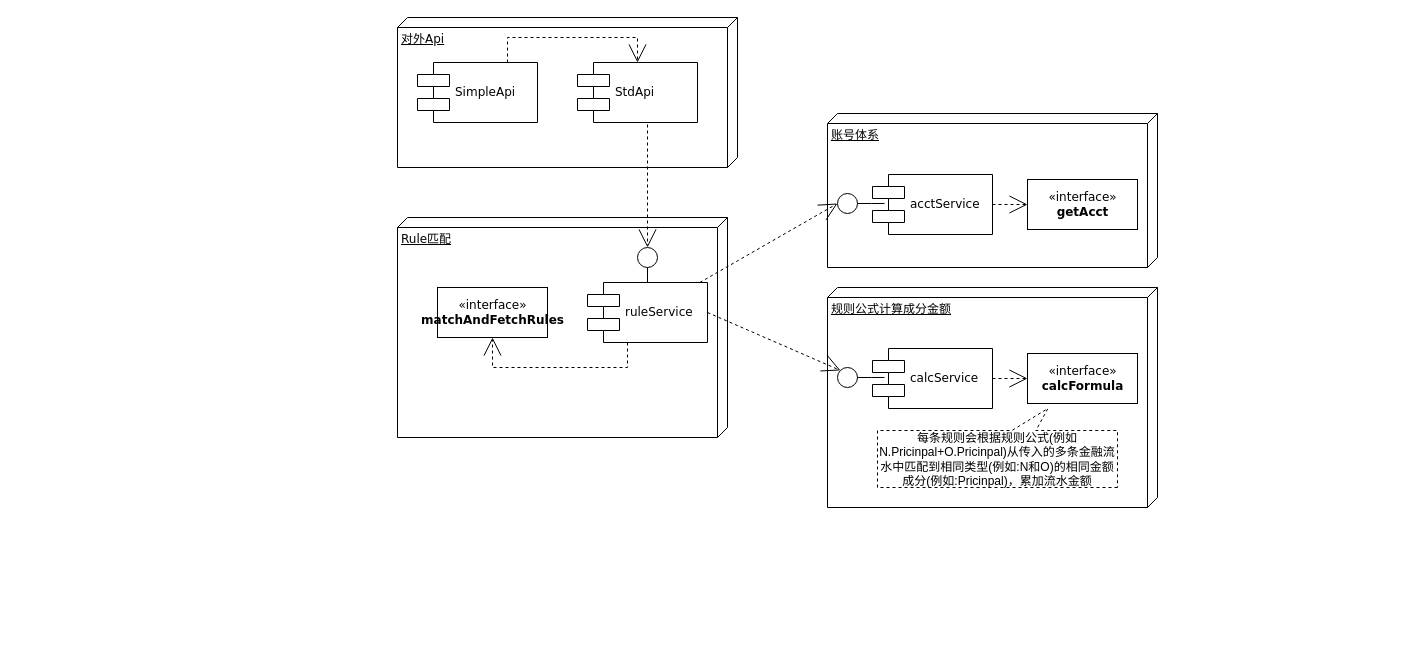
Before: 清算引擎工程结构图.drawio in staconfree/design, a draw.io diagram. Source tidied: cells renumbered, new cells numbered last; positions are measured from the earlier drawing's top-left corner, leaving out a move shared by most shapes. Both pictures are drawn from the tidied source at 100%, with x=0, y=0 at pixel (397, 17).
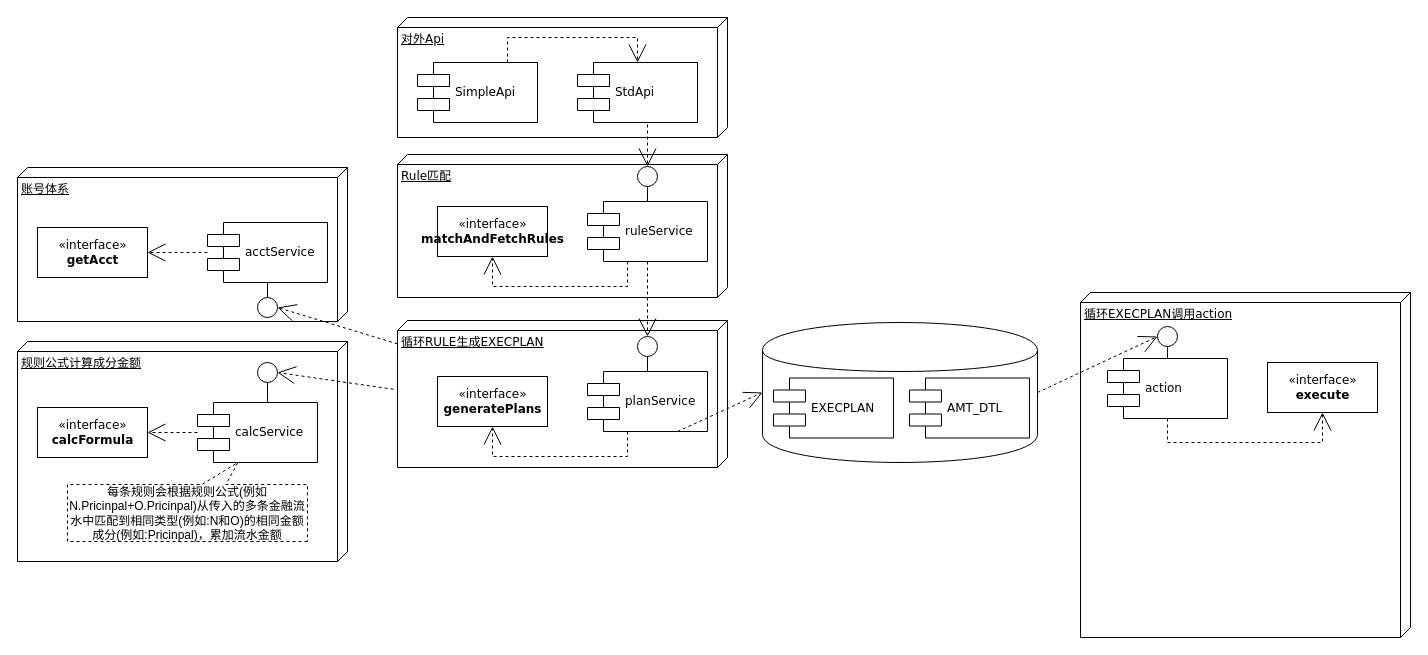
The same diagram, later.

Commit message (it also covers changes not shown here):
更新清算引擎工程结构图.drawio

Change to the diagram source:
```diff
@@
     <mxCell id="2" value="&lt;div&gt;Rule匹配&lt;/div&gt;" style="verticalAlign=top;align=left;spacingTop=8;spacingLeft=2;spacingRight=12;shape=cube;size=10;direction=south;fontStyle=4;html=1;rounded=0;shadow=0;comic=0;labelBackgroundColor=none;strokeColor=#000000;strokeWidth=1;fillColor=#ffffff;fontFamily=Verdana;fontSize=12;fontColor=#000000;" parent="1" vertex="1">
-      <mxGeometry y="200" width="330" height="220" as="geometry" />
+      <mxGeometry y="137" width="330" height="143" as="geometry" />
     </mxCell>
     <mxCell id="3" value="账号体系" style="verticalAlign=top;align=left;spacingTop=8;spacingLeft=2;spacingRight=12;shape=cube;size=10;direction=south;fontStyle=4;html=1;rounded=0;shadow=0;comic=0;labelBackgroundColor=none;strokeColor=#000000;strokeWidth=1;fillColor=#ffffff;fontFamily=Verdana;fontSize=12;fontColor=#000000;" parent="1" vertex="1">
-      <mxGeometry x="430" y="96" width="330" height="154" as="geometry" />
+      <mxGeometry x="-380" y="150" width="330" height="154" as="geometry" />
     </mxCell>
     <mxCell id="4" value="对外Api" style="verticalAlign=top;align=left;spacingTop=8;spacingLeft=2;spacingRight=12;shape=cube;size=10;direction=south;fontStyle=4;html=1;rounded=0;shadow=0;comic=0;labelBackgroundColor=none;strokeColor=#000000;strokeWidth=1;fillColor=#ffffff;fontFamily=Verdana;fontSize=12;fontColor=#000000;" parent="1" vertex="1">
-      <mxGeometry width="340" height="150" as="geometry" />
+      <mxGeometry width="330" height="120" as="geometry" />
     </mxCell>
     <mxCell id="5" value="«interface»&lt;br&gt;&lt;b&gt;matchAndFetchRules&lt;/b&gt;" style="html=1;rounded=0;shadow=0;comic=0;labelBackgroundColor=none;strokeColor=#000000;strokeWidth=1;fillColor=#ffffff;fontFamily=Verdana;fontSize=12;fontColor=#000000;align=center;" parent="1" vertex="1">
-      <mxGeometry x="40" y="270" width="110" height="50" as="geometry" />
+      <mxGeometry x="40" y="189" width="110" height="50" as="geometry" />
     </mxCell>
     <mxCell id="6" value="ruleService" style="shape=component;align=left;spacingLeft=36;rounded=0;shadow=0;comic=0;labelBackgroundColor=none;strokeColor=#000000;strokeWidth=1;fillColor=#ffffff;fontFamily=Verdana;fontSize=12;fontColor=#000000;html=1;" parent="1" vertex="1">
-      <mxGeometry x="190" y="265" width="120" height="60" as="geometry" />
+      <mxGeometry x="190" y="184" width="120" height="60" as="geometry" />
     </mxCell>
     <mxCell id="7" style="ellipse;whiteSpace=wrap;html=1;rounded=0;shadow=0;comic=0;labelBackgroundColor=none;strokeColor=#000000;strokeWidth=1;fillColor=#ffffff;fontFamily=Verdana;fontSize=12;fontColor=#000000;align=center;" parent="1" vertex="1">
-      <mxGeometry x="240" y="230" width="20" height="20" as="geometry" />
+      <mxGeometry x="240" y="149" width="20" height="20" as="geometry" />
     </mxCell>
     <mxCell id="8" value="acctService" style="shape=component;align=left;spacingLeft=36;rounded=0;shadow=0;comic=0;labelBackgroundColor=none;strokeColor=#000000;strokeWidth=1;fillColor=#ffffff;fontFamily=Verdana;fontSize=12;fontColor=#000000;html=1;" parent="1" vertex="1">
-      <mxGeometry x="475" y="157" width="120" height="60" as="geometry" />
+      <mxGeometry x="-190" y="205" width="120" height="60" as="geometry" />
     </mxCell>
     <mxCell id="9" value="«interface»&lt;br&gt;&lt;b&gt;getAcct&lt;/b&gt;" style="html=1;rounded=0;shadow=0;comic=0;labelBackgroundColor=none;strokeColor=#000000;strokeWidth=1;fillColor=#ffffff;fontFamily=Verdana;fontSize=12;fontColor=#000000;align=center;" parent="1" vertex="1">
-      <mxGeometry x="630" y="162" width="110" height="50" as="geometry" />
+      <mxGeometry x="-360" y="210" width="110" height="50" as="geometry" />
     </mxCell>
     <mxCell id="10" style="ellipse;whiteSpace=wrap;html=1;rounded=0;shadow=0;comic=0;labelBackgroundColor=none;strokeColor=#000000;strokeWidth=1;fillColor=#ffffff;fontFamily=Verdana;fontSize=12;fontColor=#000000;align=center;" parent="1" vertex="1">
-      <mxGeometry x="440" y="176" width="20" height="20" as="geometry" />
+      <mxGeometry x="-140" y="280" width="20" height="20" as="geometry" />
     </mxCell>
@@
-    <mxCell id="13" style="edgeStyle=elbowEdgeStyle;rounded=0;html=1;labelBackgroundColor=none;startArrow=none;startFill=0;startSize=8;endArrow=none;endFill=0;endSize=16;fontFamily=Verdana;fontSize=12;entryX=0.1;entryY=0.483;entryDx=0;entryDy=0;entryPerimeter=0;" parent="1" edge="1" source="10" target="8">
+    <mxCell id="13" style="edgeStyle=elbowEdgeStyle;rounded=0;html=1;labelBackgroundColor=none;startArrow=none;startFill=0;startSize=8;endArrow=none;endFill=0;endSize=16;fontFamily=Verdana;fontSize=12;entryX=0.5;entryY=1;entryDx=0;entryDy=0;" parent="1" edge="1" source="10" target="8">
       <mxGeometry relative="1" as="geometry" />
     </mxCell>
@@
     <mxCell id="15" style="edgeStyle=orthogonalEdgeStyle;rounded=0;html=1;labelBackgroundColor=none;startArrow=none;startFill=0;startSize=8;endArrow=open;endFill=0;endSize=16;fontFamily=Verdana;fontSize=12;dashed=1;" parent="1" edge="1" source="6" target="5">
       <mxGeometry relative="1" as="geometry">
         <Array as="points">
-          <mxPoint x="230" y="350" />
-          <mxPoint x="95" y="350" />
+          <mxPoint x="230" y="269" />
+          <mxPoint x="95" y="269" />
         </Array>
       </mxGeometry>
     </mxCell>
@@
-    <mxCell id="19" style="edgeStyle=none;rounded=0;html=1;dashed=1;labelBackgroundColor=none;startArrow=none;startFill=0;startSize=8;endArrow=open;endFill=0;endSize=16;fontFamily=Verdana;fontSize=12;entryX=0;entryY=0.5;entryDx=0;entryDy=0;" parent="1" edge="1" source="6" target="10">
-      <mxGeometry relative="1" as="geometry" />
-    </mxCell>
     <mxCell id="20" value="规则公式计算成分金额" style="verticalAlign=top;align=left;spacingTop=8;spacingLeft=2;spacingRight=12;shape=cube;size=10;direction=south;fontStyle=4;html=1;rounded=0;shadow=0;comic=0;labelBackgroundColor=none;strokeColor=#000000;strokeWidth=1;fillColor=#ffffff;fontFamily=Verdana;fontSize=12;fontColor=#000000;" parent="1" vertex="1">
-      <mxGeometry x="430" y="270" width="330" height="220" as="geometry" />
+      <mxGeometry x="-380" y="324" width="330" height="220" as="geometry" />
     </mxCell>
     <mxCell id="21" value="calcService" style="shape=component;align=left;spacingLeft=36;rounded=0;shadow=0;comic=0;labelBackgroundColor=none;strokeColor=#000000;strokeWidth=1;fillColor=#ffffff;fontFamily=Verdana;fontSize=12;fontColor=#000000;html=1;" parent="1" vertex="1">
-      <mxGeometry x="475" y="331" width="120" height="60" as="geometry" />
+      <mxGeometry x="-200" y="385" width="120" height="60" as="geometry" />
     </mxCell>
     <mxCell id="22" value="«interface»&lt;br&gt;&lt;b&gt;calcFormula&lt;/b&gt;" style="html=1;rounded=0;shadow=0;comic=0;labelBackgroundColor=none;strokeColor=#000000;strokeWidth=1;fillColor=#ffffff;fontFamily=Verdana;fontSize=12;fontColor=#000000;align=center;" parent="1" vertex="1">
-      <mxGeometry x="630" y="336" width="110" height="50" as="geometry" />
+      <mxGeometry x="-360" y="390" width="110" height="50" as="geometry" />
     </mxCell>
     <mxCell id="23" style="ellipse;whiteSpace=wrap;html=1;rounded=0;shadow=0;comic=0;labelBackgroundColor=none;strokeColor=#000000;strokeWidth=1;fillColor=#ffffff;fontFamily=Verdana;fontSize=12;fontColor=#000000;align=center;" parent="1" vertex="1">
-      <mxGeometry x="440" y="350" width="20" height="20" as="geometry" />
+      <mxGeometry x="-140" y="345" width="20" height="20" as="geometry" />
     </mxCell>
-    <mxCell id="24" style="edgeStyle=elbowEdgeStyle;rounded=0;html=1;labelBackgroundColor=none;startArrow=none;startFill=0;startSize=8;endArrow=none;endFill=0;endSize=16;fontFamily=Verdana;fontSize=12;entryX=0.1;entryY=0.483;entryDx=0;entryDy=0;entryPerimeter=0;" parent="1" edge="1" source="23" target="21">
+    <mxCell id="24" style="edgeStyle=elbowEdgeStyle;rounded=0;html=1;labelBackgroundColor=none;startArrow=none;startFill=0;startSize=8;endArrow=none;endFill=0;endSize=16;fontFamily=Verdana;fontSize=12;" parent="1" edge="1" source="23" target="21">
       <mxGeometry relative="1" as="geometry" />
     </mxCell>
@@
-    <mxCell id="26" style="edgeStyle=none;rounded=0;html=1;dashed=1;labelBackgroundColor=none;startArrow=none;startFill=0;startSize=8;endArrow=open;endFill=0;endSize=16;fontFamily=Verdana;fontSize=12;entryX=0;entryY=0;entryDx=0;entryDy=0;exitX=1;exitY=0.5;exitDx=0;exitDy=0;" parent="1" edge="1" source="6" target="23">
-      <mxGeometry relative="1" as="geometry" />
-    </mxCell>
     <mxCell id="27" value="&lt;div&gt;每条规则会根据规则公式(例如N.Pricinpal+O.Pricinpal)从传入的多条金融流水中匹配到相同类型(例如:N和O)的相同金额成分(例如:Pricinpal)，累加流水金额&lt;/div&gt;" style="shape=callout;whiteSpace=wrap;html=1;perimeter=calloutPerimeter;direction=west;position2=0.29;base=24;size=22;position=0.34;dashed=1;" parent="1" vertex="1">
-      <mxGeometry x="480" y="391" width="240" height="79" as="geometry" />
+      <mxGeometry x="-330" y="445" width="240" height="79" as="geometry" />
     </mxCell>
+    <mxCell id="28" style="shape=cylinder;whiteSpace=wrap;html=1;boundedLbl=1;backgroundOutline=1;" parent="1" vertex="1">
+      <mxGeometry x="365" y="305" width="275" height="140" as="geometry" />
+    </mxCell>
+    <mxCell id="29" value="循环RULE生成EXECPLAN" style="verticalAlign=top;align=left;spacingTop=8;spacingLeft=2;spacingRight=12;shape=cube;size=10;direction=south;fontStyle=4;html=1;rounded=0;shadow=0;comic=0;labelBackgroundColor=none;strokeColor=#000000;strokeWidth=1;fillColor=#ffffff;fontFamily=Verdana;fontSize=12;fontColor=#000000;" parent="1" vertex="1">
+      <mxGeometry y="303" width="330" height="147" as="geometry" />
+    </mxCell>
+    <mxCell id="30" value="«interface»&lt;br&gt;&lt;b&gt;generatePlans&lt;/b&gt;" style="html=1;rounded=0;shadow=0;comic=0;labelBackgroundColor=none;strokeColor=#000000;strokeWidth=1;fillColor=#ffffff;fontFamily=Verdana;fontSize=12;fontColor=#000000;align=center;" parent="1" vertex="1">
+      <mxGeometry x="40" y="359" width="110" height="50" as="geometry" />
+    </mxCell>
+    <mxCell id="31" value="planService" style="shape=component;align=left;spacingLeft=36;rounded=0;shadow=0;comic=0;labelBackgroundColor=none;strokeColor=#000000;strokeWidth=1;fillColor=#ffffff;fontFamily=Verdana;fontSize=12;fontColor=#000000;html=1;" parent="1" vertex="1">
+      <mxGeometry x="190" y="354" width="120" height="60" as="geometry" />
+    </mxCell>
+    <mxCell id="32" style="ellipse;whiteSpace=wrap;html=1;rounded=0;shadow=0;comic=0;labelBackgroundColor=none;strokeColor=#000000;strokeWidth=1;fillColor=#ffffff;fontFamily=Verdana;fontSize=12;fontColor=#000000;align=center;" parent="1" vertex="1">
+      <mxGeometry x="240" y="319" width="20" height="20" as="geometry" />
+    </mxCell>
+    <mxCell id="33" style="edgeStyle=elbowEdgeStyle;rounded=0;html=1;labelBackgroundColor=none;startArrow=none;startFill=0;startSize=8;endArrow=none;endFill=0;endSize=16;fontFamily=Verdana;fontSize=12;" parent="1" edge="1" source="32" target="31">
+      <mxGeometry relative="1" as="geometry" />
+    </mxCell>
+    <mxCell id="34" style="edgeStyle=orthogonalEdgeStyle;rounded=0;html=1;labelBackgroundColor=none;startArrow=none;startFill=0;startSize=8;endArrow=open;endFill=0;endSize=16;fontFamily=Verdana;fontSize=12;dashed=1;" parent="1" edge="1" source="31" target="30">
+      <mxGeometry relative="1" as="geometry">
+        <Array as="points">
+          <mxPoint x="230" y="439" />
+          <mxPoint x="95" y="439" />
+        </Array>
+      </mxGeometry>
+    </mxCell>
+    <mxCell id="35" style="edgeStyle=none;rounded=0;html=1;dashed=1;labelBackgroundColor=none;startArrow=none;startFill=0;startSize=8;endArrow=open;endFill=0;endSize=16;fontFamily=Verdana;fontSize=12;exitX=0.5;exitY=1;exitDx=0;exitDy=0;" parent="1" edge="1" source="6" target="32">
+      <mxGeometry relative="1" as="geometry" />
+    </mxCell>
+    <mxCell id="19" style="edgeStyle=none;rounded=0;html=1;dashed=1;labelBackgroundColor=none;startArrow=none;startFill=0;startSize=8;endArrow=open;endFill=0;endSize=16;fontFamily=Verdana;fontSize=12;entryX=1;entryY=0.5;entryDx=0;entryDy=0;" parent="1" edge="1" source="29" target="10">
+      <mxGeometry relative="1" as="geometry" />
+    </mxCell>
+    <mxCell id="36" style="edgeStyle=none;rounded=0;html=1;dashed=1;labelBackgroundColor=none;startArrow=none;startFill=0;startSize=8;endArrow=open;endFill=0;endSize=16;fontFamily=Verdana;fontSize=12;entryX=0;entryY=0.5;entryDx=0;entryDy=0;exitX=0.75;exitY=1;exitDx=0;exitDy=0;" parent="1" edge="1" source="31" target="28">
+      <mxGeometry relative="1" as="geometry" />
+    </mxCell>
+    <mxCell id="37" value="EXECPLAN" style="shape=component;align=left;spacingLeft=36;rounded=0;shadow=0;comic=0;labelBackgroundColor=none;strokeColor=#000000;strokeWidth=1;fillColor=#ffffff;fontFamily=Verdana;fontSize=12;fontColor=#000000;html=1;" parent="1" vertex="1">
+      <mxGeometry x="376" y="360.5" width="120" height="60" as="geometry" />
+    </mxCell>
+    <mxCell id="38" value="AMT_DTL" style="shape=component;align=left;spacingLeft=36;rounded=0;shadow=0;comic=0;labelBackgroundColor=none;strokeColor=#000000;strokeWidth=1;fillColor=#ffffff;fontFamily=Verdana;fontSize=12;fontColor=#000000;html=1;" parent="1" vertex="1">
+      <mxGeometry x="512" y="360.5" width="120" height="60" as="geometry" />
+    </mxCell>
+    <mxCell id="39" style="edgeStyle=none;rounded=0;html=1;dashed=1;labelBackgroundColor=none;startArrow=none;startFill=0;startSize=8;endArrow=open;endFill=0;endSize=16;fontFamily=Verdana;fontSize=12;entryX=1;entryY=0.5;entryDx=0;entryDy=0;exitX=0.468;exitY=1.012;exitDx=0;exitDy=0;exitPerimeter=0;" parent="1" edge="1" source="29" target="23">
+      <mxGeometry relative="1" as="geometry" />
+    </mxCell>
+    <mxCell id="40" value="循环EXECPLAN调用action" style="verticalAlign=top;align=left;spacingTop=8;spacingLeft=2;spacingRight=12;shape=cube;size=10;direction=south;fontStyle=4;html=1;rounded=0;shadow=0;comic=0;labelBackgroundColor=none;strokeColor=#000000;strokeWidth=1;fillColor=#ffffff;fontFamily=Verdana;fontSize=12;fontColor=#000000;" parent="1" vertex="1">
+      <mxGeometry x="683" y="275" width="330" height="345" as="geometry" />
+    </mxCell>
+    <mxCell id="41" value="«interface»&lt;br&gt;&lt;b&gt;execute&lt;/b&gt;" style="html=1;rounded=0;shadow=0;comic=0;labelBackgroundColor=none;strokeColor=#000000;strokeWidth=1;fillColor=#ffffff;fontFamily=Verdana;fontSize=12;fontColor=#000000;align=center;" parent="1" vertex="1">
+      <mxGeometry x="870" y="345" width="110" height="50" as="geometry" />
+    </mxCell>
+    <mxCell id="42" value="action" style="shape=component;align=left;spacingLeft=36;rounded=0;shadow=0;comic=0;labelBackgroundColor=none;strokeColor=#000000;strokeWidth=1;fillColor=#ffffff;fontFamily=Verdana;fontSize=12;fontColor=#000000;html=1;" parent="1" vertex="1">
+      <mxGeometry x="710" y="341" width="120" height="60" as="geometry" />
+    </mxCell>
+    <mxCell id="43" style="ellipse;whiteSpace=wrap;html=1;rounded=0;shadow=0;comic=0;labelBackgroundColor=none;strokeColor=#000000;strokeWidth=1;fillColor=#ffffff;fontFamily=Verdana;fontSize=12;fontColor=#000000;align=center;" parent="1" vertex="1">
+      <mxGeometry x="760" y="309" width="20" height="20" as="geometry" />
+    </mxCell>
+    <mxCell id="44" style="edgeStyle=elbowEdgeStyle;rounded=0;html=1;labelBackgroundColor=none;startArrow=none;startFill=0;startSize=8;endArrow=none;endFill=0;endSize=16;fontFamily=Verdana;fontSize=12;" parent="1" edge="1" source="43" target="42">
+      <mxGeometry relative="1" as="geometry" />
+    </mxCell>
+    <mxCell id="45" style="edgeStyle=orthogonalEdgeStyle;rounded=0;html=1;labelBackgroundColor=none;startArrow=none;startFill=0;startSize=8;endArrow=open;endFill=0;endSize=16;fontFamily=Verdana;fontSize=12;dashed=1;" parent="1" edge="1" source="42" target="41">
+      <mxGeometry relative="1" as="geometry">
+        <Array as="points">
+          <mxPoint x="913" y="425" />
+          <mxPoint x="778" y="425" />
+        </Array>
+      </mxGeometry>
+    </mxCell>
+    <mxCell id="46" style="edgeStyle=none;rounded=0;html=1;dashed=1;labelBackgroundColor=none;startArrow=none;startFill=0;startSize=8;endArrow=open;endFill=0;endSize=16;fontFamily=Verdana;fontSize=12;entryX=0;entryY=0.5;entryDx=0;entryDy=0;exitX=1;exitY=0.5;exitDx=0;exitDy=0;" parent="1" edge="1" source="28" target="43">
+      <mxGeometry relative="1" as="geometry" />
+    </mxCell>
```
